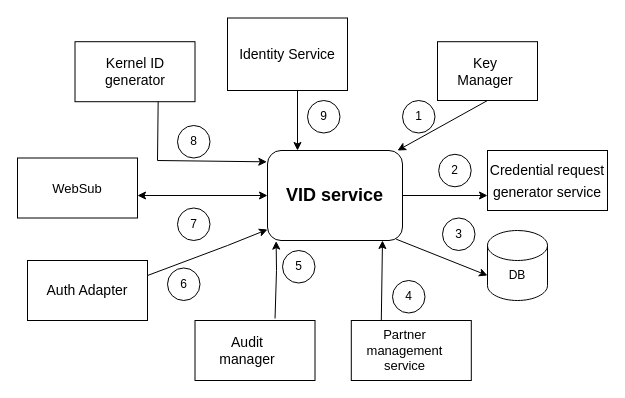
Earlier version of the draw.io diagram docs/_images/VID-service.drawio (mosip/documentation). Source tidied: cells renumbered, new cells numbered last; positions are measured from the earlier drawing's top-left corner, leaving out a move shared by most shapes. Both pictures are drawn from the tidied source at 100%, with x=0, y=0 at pixel (17, 18).
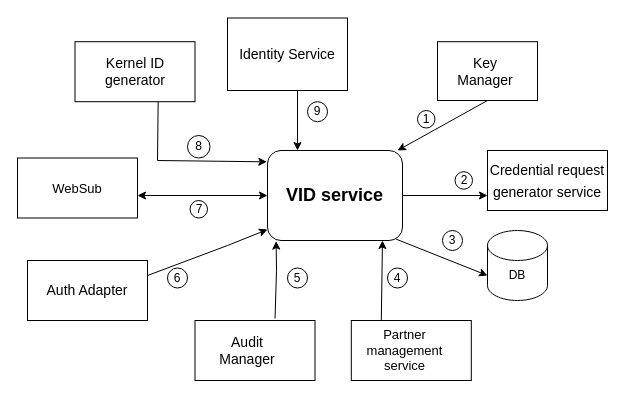
The same diagram, later.

What changed in the source:
```diff
@@
-    <mxCell id="12" value="&lt;font style=&quot;font-size: 14px&quot;&gt;Audit manager&lt;/font&gt;" style="text;html=1;strokeColor=none;fillColor=none;align=center;verticalAlign=middle;whiteSpace=wrap;rounded=0;" parent="1" vertex="1">
+    <mxCell id="12" value="&lt;font style=&quot;font-size: 14px&quot;&gt;Audit Manager&lt;/font&gt;" style="text;html=1;strokeColor=none;fillColor=none;align=center;verticalAlign=middle;whiteSpace=wrap;rounded=0;" parent="1" vertex="1">
       <mxGeometry x="200" y="317" width="60" height="30" as="geometry" />
     </mxCell>
@@
     <mxCell id="14" value="1" style="ellipse;whiteSpace=wrap;html=1;" parent="1" vertex="1">
-      <mxGeometry x="385" y="82" width="32.5" height="32.5" as="geometry" />
+      <mxGeometry x="400" y="92" width="17.5" height="17.5" as="geometry" />
     </mxCell>
     <mxCell id="15" value="2" style="ellipse;whiteSpace=wrap;html=1;" parent="1" vertex="1">
-      <mxGeometry x="421.2" y="135.8" width="32.5" height="32.5" as="geometry" />
+      <mxGeometry x="437.5" y="153.2" width="17.5" height="17.5" as="geometry" />
     </mxCell>
     <mxCell id="16" value="3" style="ellipse;whiteSpace=wrap;html=1;" parent="1" vertex="1">
-      <mxGeometry x="425" y="199.5" width="32.5" height="32.5" as="geometry" />
+      <mxGeometry x="425" y="212" width="20" height="20" as="geometry" />
     </mxCell>
-    <mxCell id="17" value="4" style="ellipse;whiteSpace=wrap;html=1;" parent="1" vertex="1">
-      <mxGeometry x="375" y="262" width="32.5" height="32.5" as="geometry" />
-    </mxCell>
-    <mxCell id="18" value="5" style="ellipse;whiteSpace=wrap;html=1;" parent="1" vertex="1">
-      <mxGeometry x="265" y="232" width="32.5" height="32.5" as="geometry" />
-    </mxCell>
     <mxCell id="19" value="6" style="ellipse;whiteSpace=wrap;html=1;" parent="1" vertex="1">
-      <mxGeometry x="150" y="249.5" width="32.5" height="32.5" as="geometry" />
+      <mxGeometry x="150" y="249.5" width="20" height="20" as="geometry" />
     </mxCell>
-    <mxCell id="20" value="7" style="ellipse;whiteSpace=wrap;html=1;" parent="1" vertex="1">
-      <mxGeometry x="160" y="189.5" width="32.5" height="32.5" as="geometry" />
-    </mxCell>
     <mxCell id="21" value="8" style="ellipse;whiteSpace=wrap;html=1;" parent="1" vertex="1">
-      <mxGeometry x="160" y="107" width="32.5" height="32.5" as="geometry" />
+      <mxGeometry x="170" y="117" width="22.5" height="22.5" as="geometry" />
     </mxCell>
     <mxCell id="22" value="9" style="ellipse;whiteSpace=wrap;html=1;" parent="1" vertex="1">
-      <mxGeometry x="290" y="82" width="32.5" height="32.5" as="geometry" />
+      <mxGeometry x="290" y="83.2" width="20" height="20" as="geometry" />
     </mxCell>
@@
+    <mxCell id="17" value="4" style="ellipse;whiteSpace=wrap;html=1;" parent="1" vertex="1">
+      <mxGeometry x="370" y="249.5" width="20" height="20" as="geometry" />
+    </mxCell>
+    <mxCell id="18" value="5" style="ellipse;whiteSpace=wrap;html=1;" parent="1" vertex="1">
+      <mxGeometry x="270" y="249.5" width="20" height="20" as="geometry" />
+    </mxCell>
+    <mxCell id="20" value="7" style="ellipse;whiteSpace=wrap;html=1;" parent="1" vertex="1">
+      <mxGeometry x="172.5" y="182" width="17.5" height="17.5" as="geometry" />
+    </mxCell>
```
